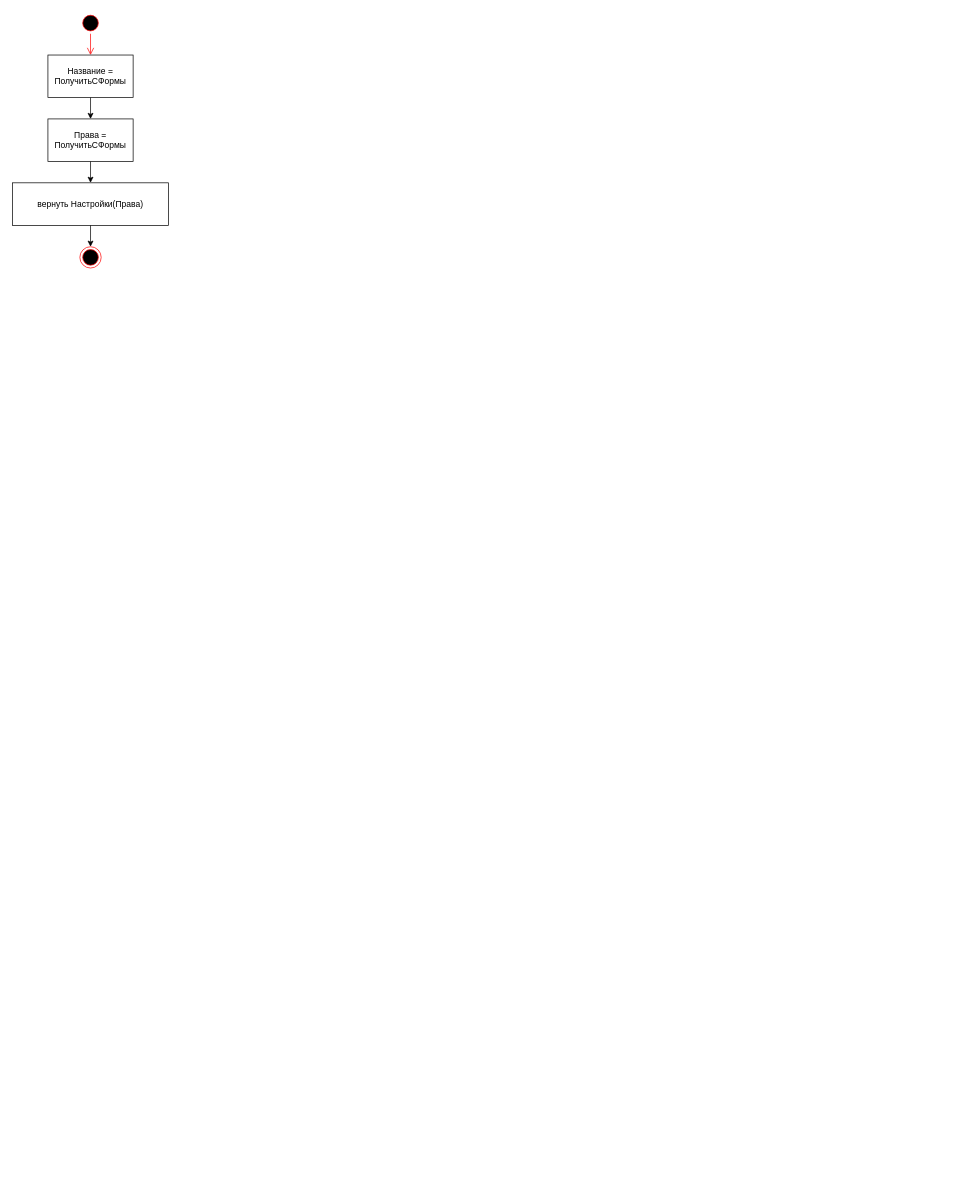
The draw.io diagram ТОАУ/ЛР2/3.drawio in eldarian-1/pstu, before the edit. Source tidied: cells renumbered, new cells numbered last; positions are measured from the earlier drawing's top-left corner, leaving out a move shared by most shapes. Both pictures are drawn from the tidied source at 71%, with x=0, y=0 at pixel (12, 12).
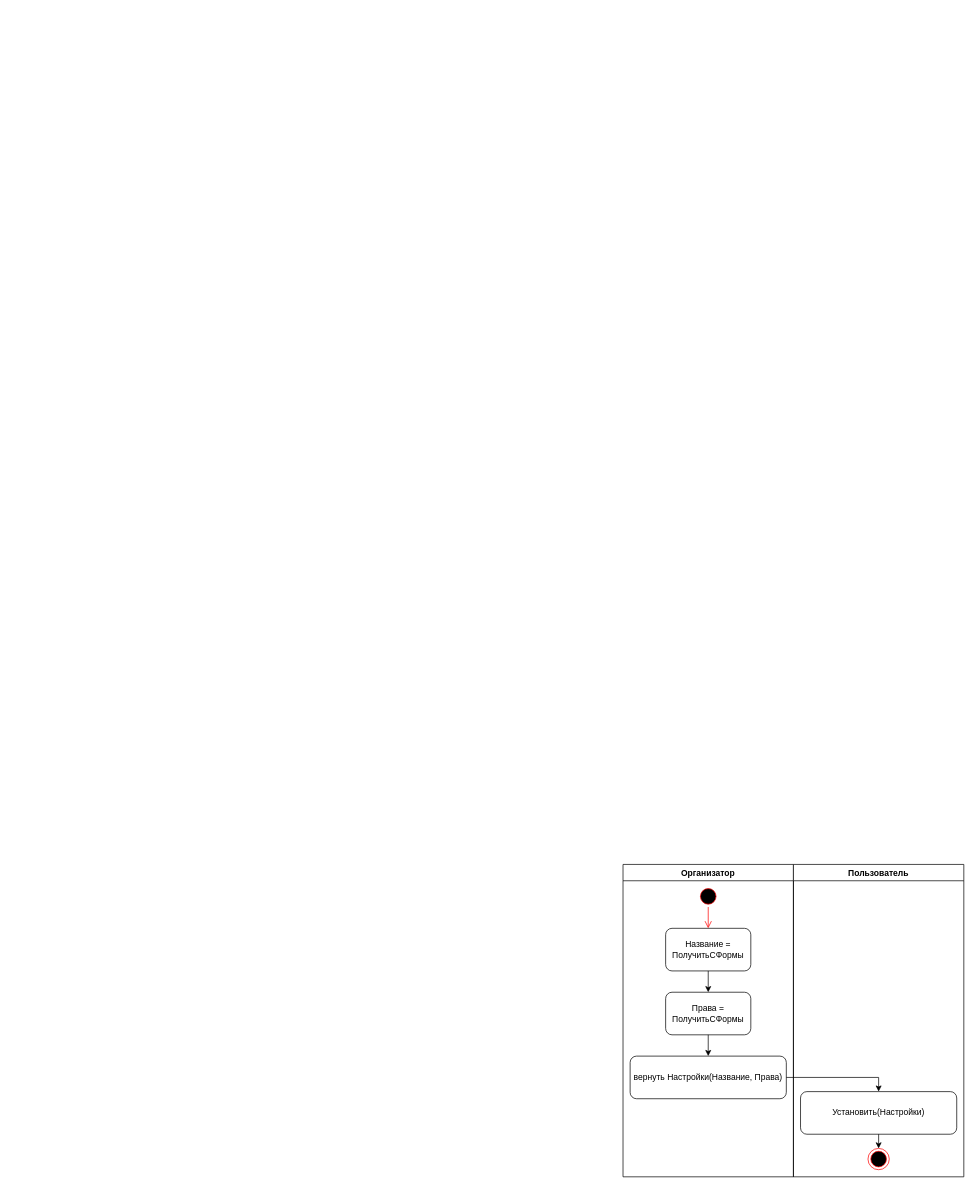
The same page after the edit.

Diff of the diagram source:
```diff
@@
 <mxGraphModel>
   <root>
     <mxCell id="0" />
     <mxCell id="1" parent="0" />
-    <mxCell id="2" style="ellipse;html=1;shape=startState;fillColor=#000000;strokeColor=#ff0000;" parent="1" vertex="1">
-      <mxGeometry x="95" width="30" height="30" as="geometry" />
-    </mxCell>
-    <mxCell id="3" style="edgeStyle=orthogonalEdgeStyle;html=1;verticalAlign=bottom;endArrow=open;endSize=8;strokeColor=#ff0000;rounded=0;" parent="1" edge="1" source="2" target="4">
-      <mxGeometry relative="1" as="geometry" />
-    </mxCell>
+    <mxCell id="11" value="Организатор" style="swimlane;" parent="1" vertex="1">
+      <mxGeometry x="860" y="1200" width="240" height="440" as="geometry" />
+    </mxCell>
+    <mxCell id="12" style="ellipse;html=1;shape=startState;fillColor=#000000;strokeColor=#ff0000;" parent="11" vertex="1">
+      <mxGeometry x="105" y="30" width="30" height="30" as="geometry" />
+    </mxCell>
+    <mxCell id="13" style="edgeStyle=orthogonalEdgeStyle;html=1;verticalAlign=bottom;endArrow=open;endSize=8;strokeColor=#ff0000;rounded=0;" parent="11" edge="1" source="12" target="4">
+      <mxGeometry relative="1" as="geometry" />
+    </mxCell>
-    <mxCell id="4" value="Название = ПолучитьСФормы" style="rounded=0;whiteSpace=wrap;html=1;" parent="1" vertex="1">
-      <mxGeometry x="50" y="60" width="120" height="60" as="geometry" />
+    <mxCell id="4" value="Название = ПолучитьСФормы" style="rounded=1;whiteSpace=wrap;html=1;" parent="11" vertex="1">
+      <mxGeometry x="60" y="90" width="120" height="60" as="geometry" />
     </mxCell>
-    <mxCell id="5" value="Права = ПолучитьСФормы" style="rounded=0;whiteSpace=wrap;html=1;" parent="1" vertex="1">
-      <mxGeometry x="50" y="150" width="120" height="60" as="geometry" />
+    <mxCell id="5" value="Права = ПолучитьСФормы" style="rounded=1;whiteSpace=wrap;html=1;" parent="11" vertex="1">
+      <mxGeometry x="60" y="180" width="120" height="60" as="geometry" />
     </mxCell>
-    <mxCell id="6" style="endArrow=classic;html=1;rounded=0;" parent="1" edge="1" source="4" target="5">
+    <mxCell id="6" style="endArrow=classic;html=1;rounded=0;" parent="11" edge="1" source="4" target="5">
       <mxGeometry relative="1" as="geometry" />
     </mxCell>
-    <mxCell id="7" style="ellipse;html=1;shape=endState;fillColor=#000000;strokeColor=#ff0000;" parent="1" vertex="1">
-      <mxGeometry x="95" y="330" width="30" height="30" as="geometry" />
-    </mxCell>
-    <mxCell id="8" style="endArrow=classic;html=1;rounded=0;" parent="1" edge="1" source="5" target="9">
-      <mxGeometry relative="1" as="geometry" />
-    </mxCell>
-    <mxCell id="9" value="вернуть Настройки(Права)" style="rounded=0;whiteSpace=wrap;html=1;" parent="1" vertex="1">
-      <mxGeometry y="240" width="220" height="60" as="geometry" />
-    </mxCell>
-    <mxCell id="10" style="endArrow=classic;html=1;rounded=0;" parent="1" edge="1" source="9" target="7">
-      <mxGeometry relative="1" as="geometry" />
-    </mxCell>
+    <mxCell id="14" style="endArrow=classic;html=1;rounded=0;" parent="11" edge="1" source="5" target="15">
+      <mxGeometry relative="1" as="geometry" />
+    </mxCell>
+    <mxCell id="15" value="вернуть Настройки(Название, Права)" style="rounded=1;whiteSpace=wrap;html=1;" parent="11" vertex="1">
+      <mxGeometry x="10" y="270" width="220" height="60" as="geometry" />
+    </mxCell>
+    <mxCell id="16" value="Пользователь" style="swimlane;" parent="1" vertex="1">
+      <mxGeometry x="1100" y="1200" width="240" height="440" as="geometry" />
+    </mxCell>
+    <mxCell id="17" style="ellipse;html=1;shape=endState;fillColor=#000000;strokeColor=#ff0000;" parent="16" vertex="1">
+      <mxGeometry x="105" y="400" width="30" height="30" as="geometry" />
+    </mxCell>
+    <mxCell id="18" value="Установить(Настройки)" style="rounded=1;whiteSpace=wrap;html=1;" parent="16" vertex="1">
+      <mxGeometry x="10" y="320" width="220" height="60" as="geometry" />
+    </mxCell>
+    <mxCell id="19" style="endArrow=classic;html=1;rounded=0;" parent="16" edge="1" source="18" target="17">
+      <mxGeometry relative="1" as="geometry" />
+    </mxCell>
+    <mxCell id="20" style="endArrow=classic;html=1;rounded=0;" parent="1" edge="1" source="15" target="18">
+      <mxGeometry relative="1" as="geometry">
+        <Array as="points">
+          <mxPoint x="1220" y="1500" />
+        </Array>
+      </mxGeometry>
+    </mxCell>
   </root>
 </mxGraphModel>
```
